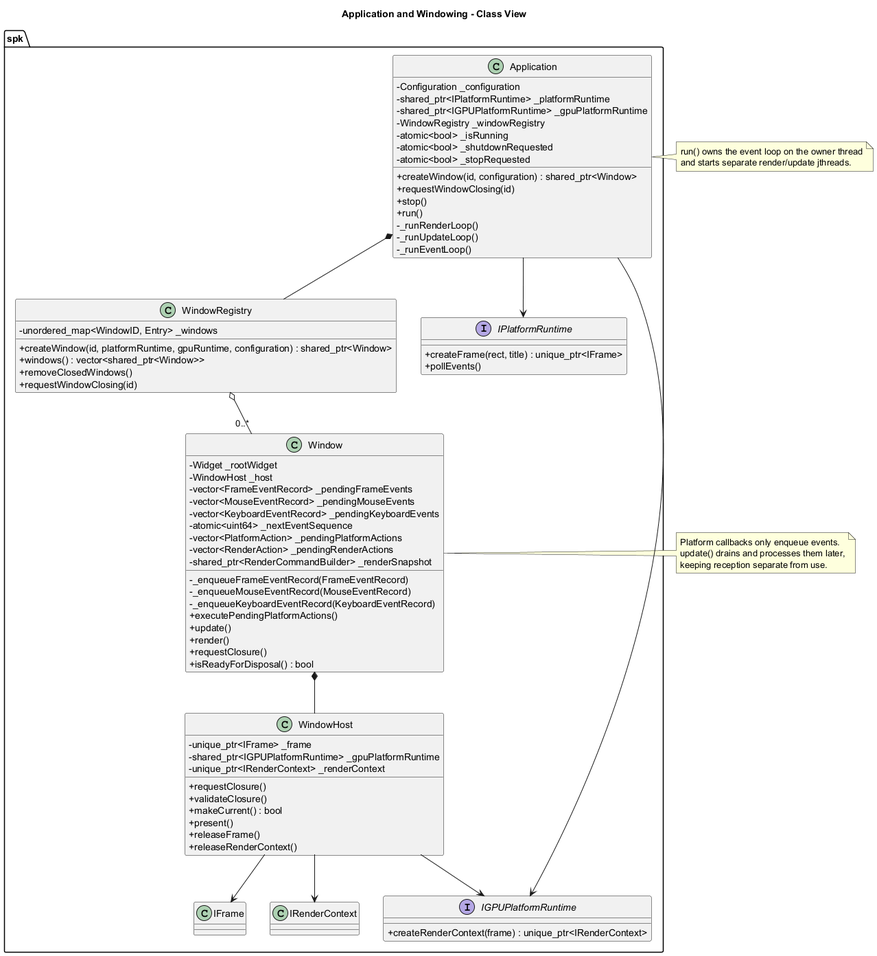
This is documentation/architecture/diagrams/application-windowing-class.png from Hyarius/Sparkle, a PlantUML export, as it was before one commit. Its diagram source:
```plantuml
@startuml
title Application and Windowing - Class View

skinparam classAttributeIconSize 0

namespace spk {
	class Application {
		- Configuration _configuration
		- shared_ptr<IPlatformRuntime> _platformRuntime
		- shared_ptr<IGPUPlatformRuntime> _gpuPlatformRuntime
		- WindowRegistry _windowRegistry
		- atomic<bool> _isRunning
		- atomic<bool> _shutdownRequested
		- atomic<bool> _stopRequested
		+ createWindow(id, configuration) : shared_ptr<Window>
		+ requestWindowClosing(id)
		+ stop()
		+ run()
		- _runRenderLoop()
		- _runUpdateLoop()
		- _runEventLoop()
	}

	class WindowRegistry {
		- unordered_map<WindowID, Entry> _windows
		+ createWindow(id, platformRuntime, gpuRuntime, configuration) : shared_ptr<Window>
		+ windows() : vector<shared_ptr<Window>>
		+ removeClosedWindows()
		+ requestWindowClosing(id)
	}

	class Window {
		- Widget _rootWidget
		- WindowHost _host
		- vector<FrameEventRecord> _pendingFrameEvents
		- vector<MouseEventRecord> _pendingMouseEvents
		- vector<KeyboardEventRecord> _pendingKeyboardEvents
		- atomic<uint64> _nextEventSequence
		- vector<PlatformAction> _pendingPlatformActions
		- vector<RenderAction> _pendingRenderActions
		- shared_ptr<RenderCommandBuilder> _renderSnapshot
		- _enqueueFrameEventRecord(FrameEventRecord)
		- _enqueueMouseEventRecord(MouseEventRecord)
		- _enqueueKeyboardEventRecord(KeyboardEventRecord)
		+ executePendingPlatformActions()
		+ update()
		+ render()
		+ requestClosure()
		+ isReadyForDisposal() : bool
	}

	class WindowHost {
		- unique_ptr<IFrame> _frame
		- shared_ptr<IGPUPlatformRuntime> _gpuPlatformRuntime
		- unique_ptr<IRenderContext> _renderContext
		+ requestClosure()
		+ validateClosure()
		+ makeCurrent() : bool
		+ present()
		+ releaseFrame()
		+ releaseRenderContext()
	}

	interface IPlatformRuntime {
		+ createFrame(rect, title) : unique_ptr<IFrame>
		+ pollEvents()
	}

	interface IGPUPlatformRuntime {
		+ createRenderContext(frame) : unique_ptr<IRenderContext>
	}
}

spk.Application *-- spk.WindowRegistry
spk.Application --> spk.IPlatformRuntime
spk.Application --> spk.IGPUPlatformRuntime
spk.WindowRegistry o-- "0..*" spk.Window
spk.Window *-- spk.WindowHost
spk.WindowHost --> spk.IFrame
spk.WindowHost --> spk.IGPUPlatformRuntime
spk.WindowHost --> spk.IRenderContext

note right of spk.Application
run() owns the event loop on the owner thread
and starts separate render/update jthreads.
end note

note right of spk.Window
Platform callbacks only enqueue events.
update() drains and processes them later,
keeping reception separate from use.
end note

@enduml
```
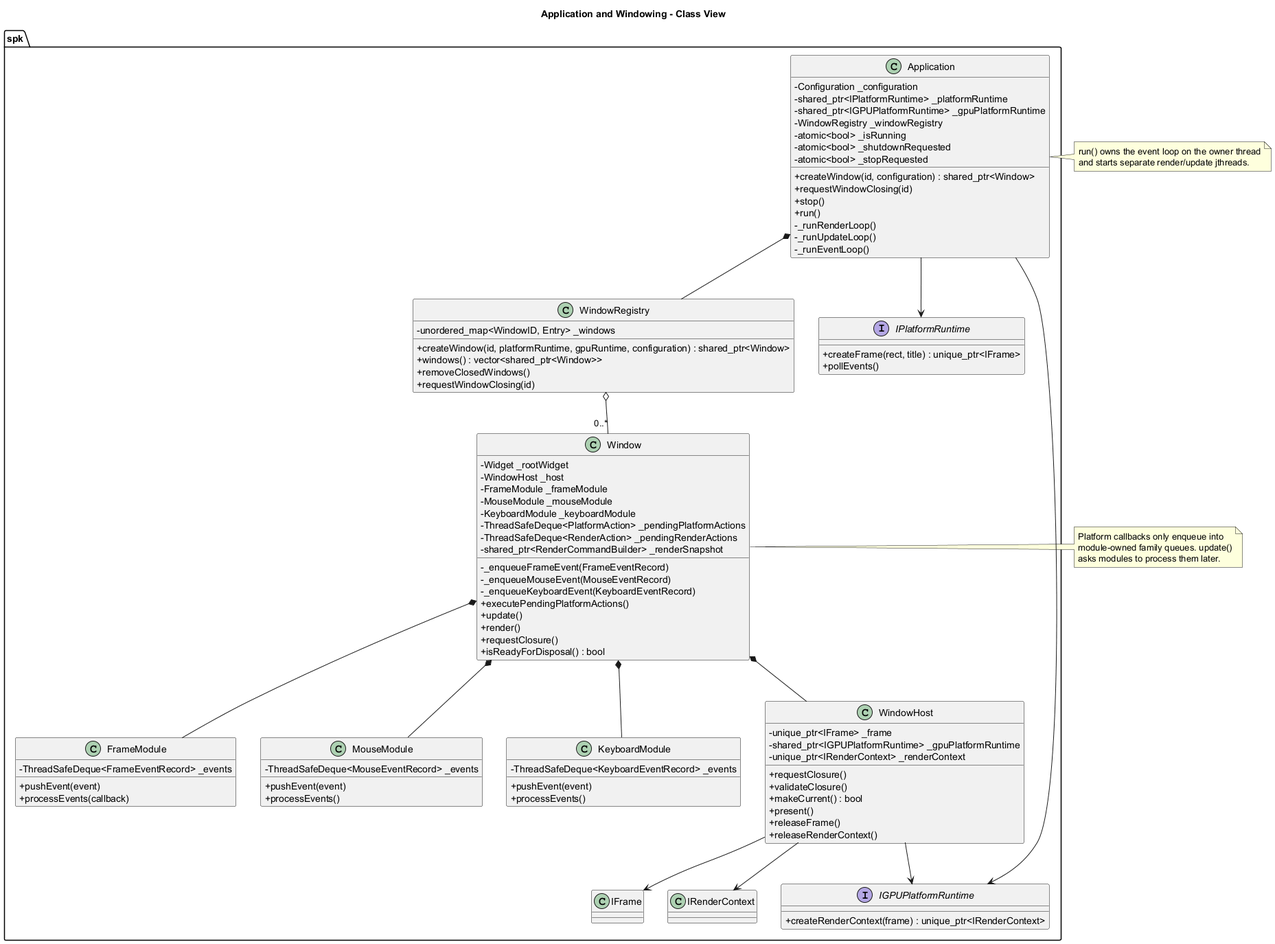
The same diagram one commit later.

Diff of the diagram source:
```diff
@@ -32,16 +32,15 @@
 	class Window {
 		- Widget _rootWidget
 		- WindowHost _host
-		- vector<FrameEventRecord> _pendingFrameEvents
-		- vector<MouseEventRecord> _pendingMouseEvents
-		- vector<KeyboardEventRecord> _pendingKeyboardEvents
-		- atomic<uint64> _nextEventSequence
-		- vector<PlatformAction> _pendingPlatformActions
-		- vector<RenderAction> _pendingRenderActions
+		- FrameModule _frameModule
+		- MouseModule _mouseModule
+		- KeyboardModule _keyboardModule
+		- ThreadSafeDeque<PlatformAction> _pendingPlatformActions
+		- ThreadSafeDeque<RenderAction> _pendingRenderActions
 		- shared_ptr<RenderCommandBuilder> _renderSnapshot
-		- _enqueueFrameEventRecord(FrameEventRecord)
-		- _enqueueMouseEventRecord(MouseEventRecord)
-		- _enqueueKeyboardEventRecord(KeyboardEventRecord)
+		- _enqueueFrameEvent(FrameEventRecord)
+		- _enqueueMouseEvent(MouseEventRecord)
+		- _enqueueKeyboardEvent(KeyboardEventRecord)
 		+ executePendingPlatformActions()
 		+ update()
 		+ render()
@@ -61,6 +60,24 @@
 		+ releaseRenderContext()
 	}
 
+	class FrameModule {
+		- ThreadSafeDeque<FrameEventRecord> _events
+		+ pushEvent(event)
+		+ processEvents(callback)
+	}
+
+	class MouseModule {
+		- ThreadSafeDeque<MouseEventRecord> _events
+		+ pushEvent(event)
+		+ processEvents()
+	}
+
+	class KeyboardModule {
+		- ThreadSafeDeque<KeyboardEventRecord> _events
+		+ pushEvent(event)
+		+ processEvents()
+	}
+
 	interface IPlatformRuntime {
 		+ createFrame(rect, title) : unique_ptr<IFrame>
 		+ pollEvents()
@@ -76,6 +93,9 @@
 spk.Application --> spk.IGPUPlatformRuntime
 spk.WindowRegistry o-- "0..*" spk.Window
 spk.Window *-- spk.WindowHost
+spk.Window *-- spk.FrameModule
+spk.Window *-- spk.MouseModule
+spk.Window *-- spk.KeyboardModule
 spk.WindowHost --> spk.IFrame
 spk.WindowHost --> spk.IGPUPlatformRuntime
 spk.WindowHost --> spk.IRenderContext
@@ -86,9 +106,9 @@
 end note
 
 note right of spk.Window
-Platform callbacks only enqueue events.
-update() drains and processes them later,
-keeping reception separate from use.
+Platform callbacks only enqueue into
+module-owned family queues. update()
+asks modules to process them later.
 end note
 
 @enduml
```
